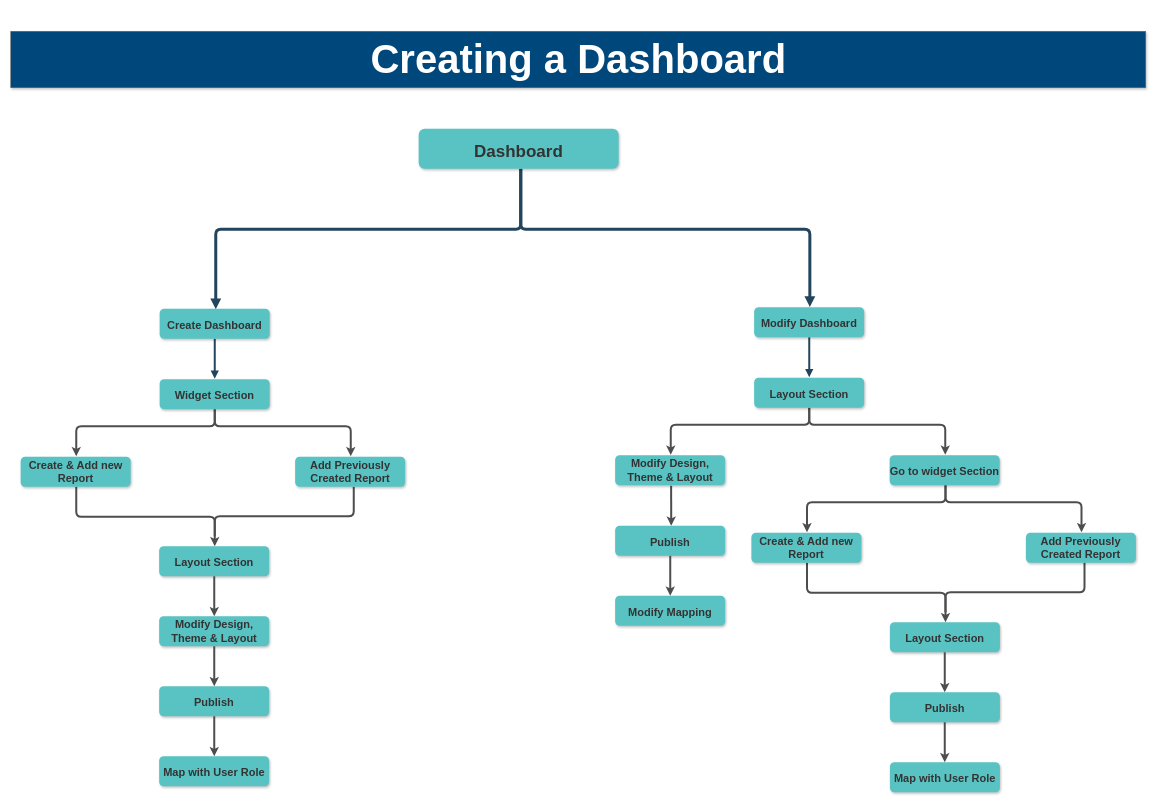
Earlier version of the draw.io diagram page "Dashboard" (6 of 6) of User her.drawio (Rakholia1842/ERDiagram). Source tidied: cells renumbered, new cells numbered last; positions are measured from the earlier drawing's top-left corner, leaving out a move shared by most shapes. Both pictures are drawn from the tidied source at 50%, with x=0, y=0 at pixel (10, 19).
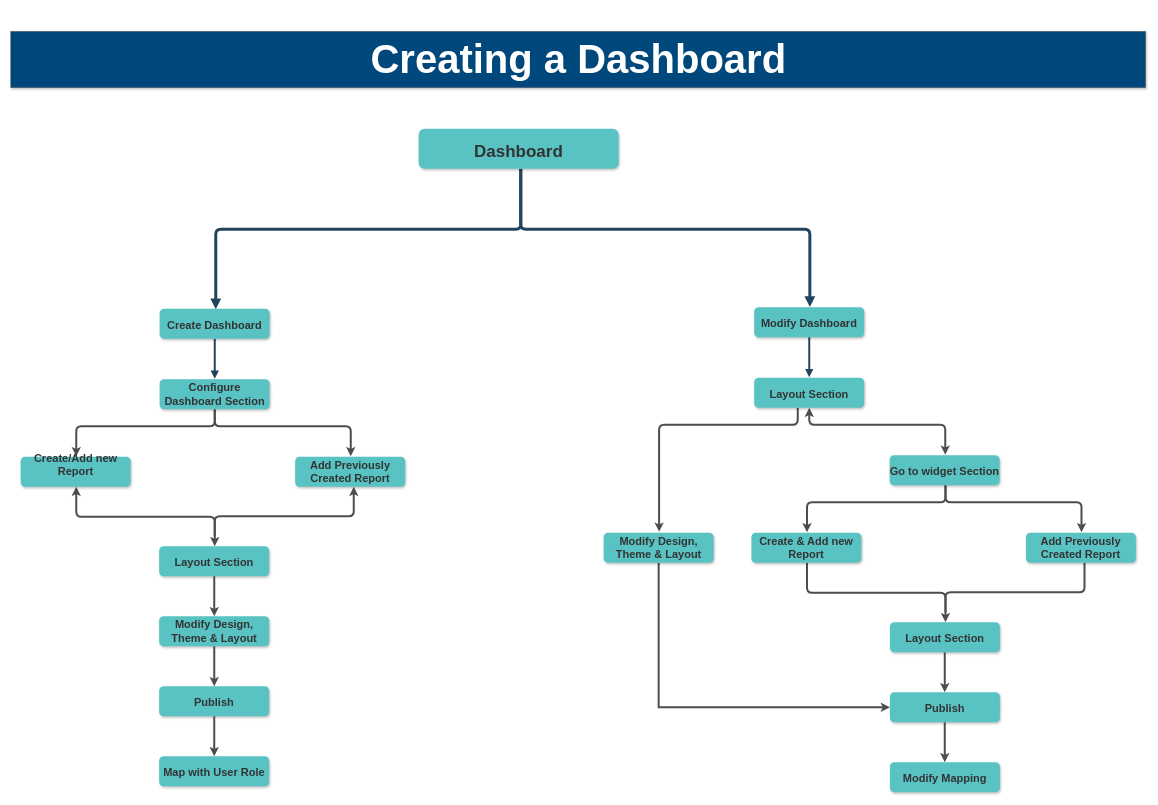
The same diagram, later.

Unchanged cells that the change refers to:
```xml
<mxCell id="35" value="Publish" style="rounded=1;fillColor=#59C3C3;strokeColor=none;shadow=1;gradientColor=none;fontStyle=1;fontColor=#333333;fontSize=22;" parent="1" vertex="1">
  <mxGeometry x="1758.3" y="1346" width="220" height="60" as="geometry" />
</mxCell>
```

Change to the diagram source:
```diff
@@
     <mxCell id="4" style="edgeStyle=elbowEdgeStyle;elbow=vertical;strokeWidth=6;endArrow=block;endFill=1;fontStyle=1;strokeColor=#23445D;fontSize=34;" parent="1" edge="1">
-      <mxGeometry x="-50" y="49" as="geometry">
+      <mxGeometry x="-50" y="-29" as="geometry">
         <mxPoint x="1020" y="299" as="sourcePoint" />
         <mxPoint x="410" y="580" as="targetPoint" />
         <Array as="points">
           <mxPoint x="720" y="420" />
         </Array>
       </mxGeometry>
     </mxCell>
     <mxCell id="5" style="edgeStyle=elbowEdgeStyle;elbow=vertical;strokeWidth=6;endArrow=block;endFill=1;fontStyle=1;strokeColor=#23445D;fontSize=34;exitX=0.5;exitY=1;exitDx=0;exitDy=0;entryX=0.943;entryY=0.157;entryDx=0;entryDy=0;entryPerimeter=0;" parent="1" edge="1">
-      <mxGeometry x="563" y="55" as="geometry">
+      <mxGeometry x="563" y="-23" as="geometry">
         <mxPoint x="1020" y="299" as="sourcePoint" />
         <mxPoint x="1598.2" y="575.6" as="targetPoint" />
         <Array as="points">
           <mxPoint x="1330" y="420" />
         </Array>
       </mxGeometry>
     </mxCell>
     <mxCell id="6" style="edgeStyle=elbowEdgeStyle;elbow=vertical;strokeWidth=4;endArrow=block;endFill=1;fontStyle=1;strokeColor=#23445D;fontSize=20;" parent="1" edge="1">
-      <mxGeometry x="-662" y="498" as="geometry">
+      <mxGeometry x="-662" y="420" as="geometry">
         <mxPoint x="408" y="639" as="sourcePoint" />
         <mxPoint x="408" y="719" as="targetPoint" />
       </mxGeometry>
     </mxCell>
@@
-    <mxCell id="9" style="edgeStyle=segmentEdgeStyle;endArrow=classic;html=1;strokeColor=#4D4D4D;strokeWidth=4;fontSize=20;exitX=0.45;exitY=0.983;exitDx=0;exitDy=0;exitPerimeter=0;" parent="1" edge="1">
+    <mxCell id="9" style="edgeStyle=segmentEdgeStyle;endArrow=classic;html=1;strokeColor=#4D4D4D;strokeWidth=4;fontSize=20;exitX=0.45;exitY=0.983;exitDx=0;exitDy=0;exitPerimeter=0;startArrow=classic;startFill=1;" parent="1" edge="1">
       <mxGeometry relative="1" as="geometry">
         <mxPoint x="131" y="935" as="sourcePoint" />
         <mxPoint x="408" y="1054" as="targetPoint" />
         <Array as="points">
           <mxPoint x="131" y="995" />
           <mxPoint x="408" y="995" />
         </Array>
       </mxGeometry>
     </mxCell>
-    <mxCell id="10" style="endArrow=none;html=1;strokeColor=#4D4D4D;strokeWidth=4;fontSize=20;exitX=0.45;exitY=0.983;exitDx=0;exitDy=0;exitPerimeter=0;endFill=0;startArrow=none;startFill=0;edgeStyle=orthogonalEdgeStyle;" parent="1" edge="1">
+    <mxCell id="10" style="endArrow=none;html=1;strokeColor=#4D4D4D;strokeWidth=4;fontSize=20;exitX=0.45;exitY=0.983;exitDx=0;exitDy=0;exitPerimeter=0;endFill=0;startArrow=classic;startFill=1;edgeStyle=orthogonalEdgeStyle;" parent="1" edge="1">
       <mxGeometry relative="1" as="geometry">
         <mxPoint x="686" y="935" as="sourcePoint" />
         <mxPoint x="408" y="1034" as="targetPoint" />
         <Array as="points">
           <mxPoint x="686" y="994" />
           <mxPoint x="408" y="994" />
           <mxPoint x="408" y="1034" />
         </Array>
       </mxGeometry>
     </mxCell>
     <mxCell id="11" style="edgeStyle=elbowEdgeStyle;elbow=vertical;strokeWidth=4;endArrow=block;endFill=1;fontStyle=1;strokeColor=#23445D;fontSize=20;" parent="1" edge="1">
-      <mxGeometry x="527" y="495" as="geometry">
+      <mxGeometry x="527" y="417" as="geometry">
         <mxPoint x="1597" y="636" as="sourcePoint" />
         <mxPoint x="1597" y="716" as="targetPoint" />
       </mxGeometry>
     </mxCell>
-    <mxCell id="12" style="edgeStyle=segmentEdgeStyle;endArrow=classic;html=1;strokeColor=#4D4D4D;strokeWidth=4;fontSize=20;" parent="1" edge="1">
+    <mxCell id="12" style="edgeStyle=segmentEdgeStyle;endArrow=classic;html=1;strokeColor=#4D4D4D;strokeWidth=4;fontSize=20;entryX=0.504;entryY=-0.037;entryDx=0;entryDy=0;entryPerimeter=0;" parent="1" edge="1" target="30">
       <mxGeometry relative="1" as="geometry">
-        <mxPoint x="1597" y="777" as="sourcePoint" />
-        <mxPoint x="1320" y="871" as="targetPoint" />
+        <mxPoint x="1574" y="777" as="sourcePoint" />
         <Array as="points">
-          <mxPoint x="1597" y="811" />
-          <mxPoint x="1320" y="811" />
+          <mxPoint x="1574" y="811" />
+          <mxPoint x="1297" y="811" />
         </Array>
       </mxGeometry>
     </mxCell>
-    <mxCell id="13" style="edgeStyle=segmentEdgeStyle;endArrow=classic;html=1;strokeColor=#4D4D4D;strokeWidth=4;fontSize=20;" parent="1" edge="1">
+    <mxCell id="13" style="edgeStyle=segmentEdgeStyle;endArrow=classic;html=1;strokeColor=#4D4D4D;strokeWidth=4;fontSize=20;startArrow=classic;startFill=1;" parent="1" edge="1">
       <mxGeometry relative="1" as="geometry">
         <mxPoint x="1597" y="777" as="sourcePoint" />
         <mxPoint x="1869" y="871" as="targetPoint" />
         <Array as="points">
           <mxPoint x="1597" y="811" />
           <mxPoint x="1869" y="811" />
         </Array>
       </mxGeometry>
     </mxCell>
@@
-    <mxCell id="18" style="edgeStyle=elbowEdgeStyle;rounded=0;jumpStyle=none;jumpSize=6;jettySize=auto;html=1;startArrow=none;startFill=0;startSize=6;endArrow=classic;endFill=1;strokeColor=#4D4D4D;strokeWidth=4;fontSize=20;" parent="1" edge="1" target="37">
-      <mxGeometry relative="1" as="geometry">
-        <mxPoint x="1320.7" y="933" as="sourcePoint" />
-      </mxGeometry>
-    </mxCell>
@@
-    <mxCell id="21" value="Widget Section" style="rounded=1;fillColor=#59C3C3;strokeColor=none;shadow=1;gradientColor=none;fontStyle=1;fontColor=#333333;fontSize=22;" parent="1" vertex="1">
+    <mxCell id="21" value="Configure Dashboard Section" style="rounded=1;fillColor=#59C3C3;strokeColor=none;shadow=1;gradientColor=none;fontStyle=1;fontColor=#333333;fontSize=22;whiteSpace=wrap;" parent="1" vertex="1">
       <mxGeometry x="297.8" y="720" width="220" height="60" as="geometry" />
     </mxCell>
-    <mxCell id="22" value="Create &amp; Add new Report" style="rounded=1;fillColor=#59C3C3;strokeColor=none;shadow=1;gradientColor=none;fontStyle=1;fontColor=#333333;fontSize=22;whiteSpace=wrap;" parent="1" vertex="1">
+    <mxCell id="22" value="Create/Add new Report&#10;" style="rounded=1;fillColor=#59C3C3;strokeColor=none;shadow=1;gradientColor=none;fontStyle=1;fontColor=#333333;fontSize=22;whiteSpace=wrap;" parent="1" vertex="1">
       <mxGeometry x="19.8" y="875" width="220" height="60" as="geometry" />
     </mxCell>
@@
+    <mxCell id="45" style="edgeStyle=orthogonalEdgeStyle;rounded=0;jumpStyle=none;jumpSize=6;jettySize=auto;html=1;startArrow=none;startFill=0;startSize=6;endArrow=classic;endFill=1;strokeColor=#4D4D4D;strokeWidth=4;fontSize=22;fontColor=#333333;entryX=0;entryY=0.5;entryDx=0;entryDy=0;" parent="1" edge="1" source="30" target="35">
+      <mxGeometry relative="1" as="geometry">
+        <Array as="points">
+          <mxPoint x="1296" y="1376" />
+        </Array>
+      </mxGeometry>
+    </mxCell>
     <mxCell id="30" value="Modify Design, Theme &amp; Layout" style="rounded=1;fillColor=#59C3C3;strokeColor=none;shadow=1;gradientColor=none;fontStyle=1;fontColor=#333333;fontSize=22;whiteSpace=wrap;" parent="1" vertex="1">
-      <mxGeometry x="1208.8" y="872" width="220" height="60" as="geometry" />
+      <mxGeometry x="1185.8" y="1027" width="220" height="60" as="geometry" />
     </mxCell>
@@
-    <mxCell id="36" value="Map with User Role" style="rounded=1;fillColor=#59C3C3;strokeColor=none;shadow=1;gradientColor=none;fontStyle=1;fontColor=#333333;fontSize=22;" parent="1" vertex="1">
+    <mxCell id="36" value="Modify Mapping" style="rounded=1;fillColor=#59C3C3;strokeColor=none;shadow=1;gradientColor=none;fontStyle=1;fontColor=#333333;fontSize=22;" parent="1" vertex="1">
       <mxGeometry x="1758.3" y="1486" width="220" height="60" as="geometry" />
     </mxCell>
-    <mxCell id="37" value="Publish" style="rounded=1;fillColor=#59C3C3;strokeColor=none;shadow=1;gradientColor=none;fontStyle=1;fontColor=#333333;fontSize=22;" parent="1" vertex="1">
-      <mxGeometry x="1208.8" y="1013" width="220" height="60" as="geometry" />
-    </mxCell>
-    <mxCell id="38" value="Modify Mapping" style="rounded=1;fillColor=#59C3C3;strokeColor=none;shadow=1;gradientColor=none;fontStyle=1;fontColor=#333333;fontSize=22;" parent="1" vertex="1">
-      <mxGeometry x="1208.8" y="1153" width="220" height="60" as="geometry" />
-    </mxCell>
@@
-    <mxCell id="44" style="edgeStyle=elbowEdgeStyle;rounded=0;jumpStyle=none;jumpSize=6;jettySize=auto;html=1;startArrow=none;startFill=0;startSize=6;endArrow=classic;endFill=1;strokeColor=#4D4D4D;strokeWidth=4;fontSize=20;" parent="1" edge="1" source="37" target="38">
-      <mxGeometry relative="1" as="geometry" />
-    </mxCell>
```
